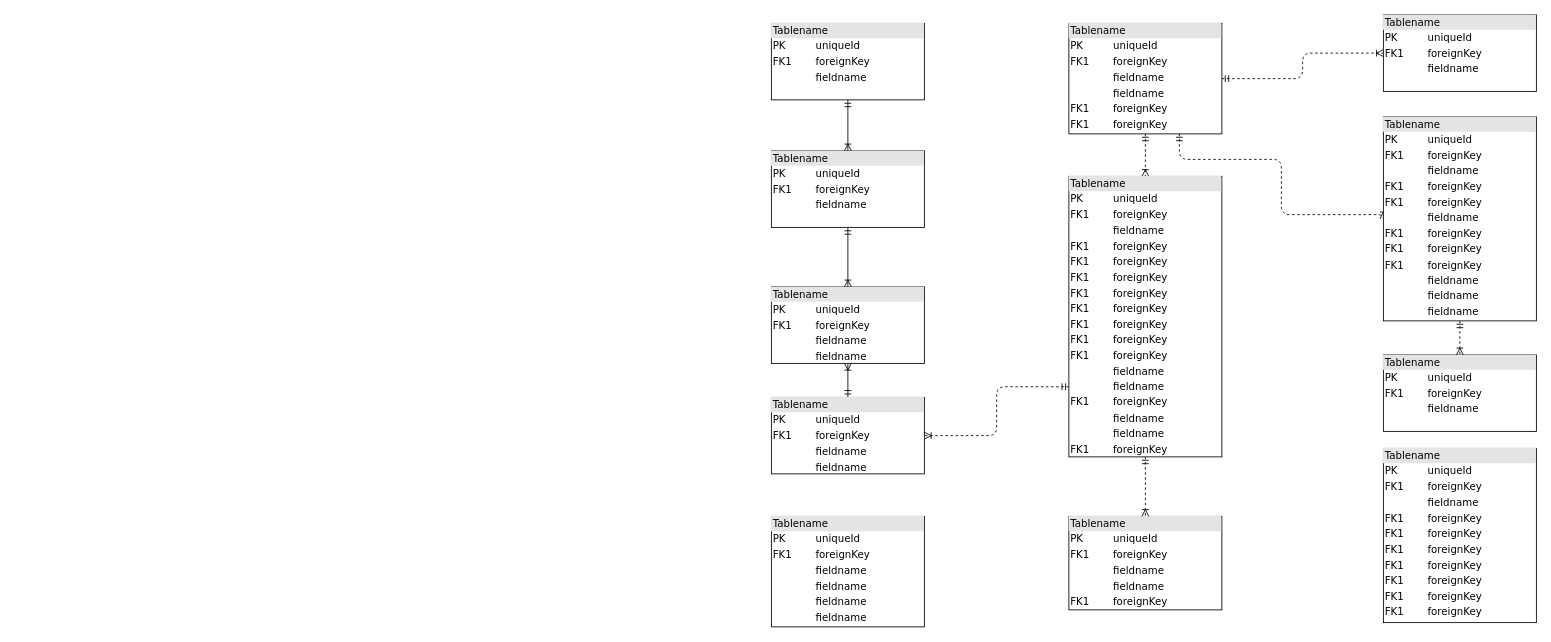
Above: FWRP-db.drawio in panjuncai/Req (draw.io), before the change. Source tidied: cells renumbered, new cells numbered last; positions are measured from the earlier drawing's top-left corner, leaving out a move shared by most shapes. Both pictures are drawn from the tidied source at 85%, with x=0, y=0 at pixel (771, 14).
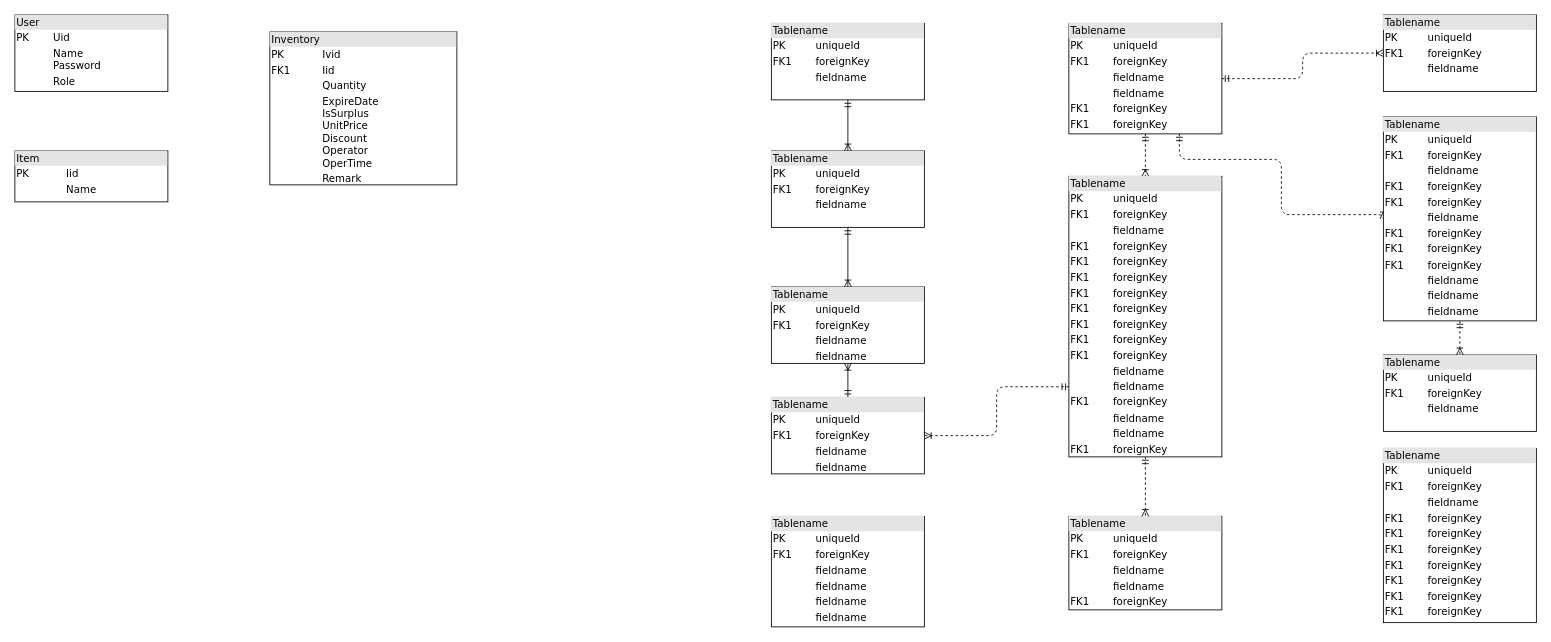
The same diagram, later.

The edit, as a diff of the source:
```diff
@@
+    <mxCell id="23" value="&lt;div style=&quot;box-sizing:border-box;width:100%;background:#e4e4e4;padding:2px;&quot;&gt;User&lt;/div&gt;&lt;table style=&quot;width:100%;font-size:1em;&quot; cellpadding=&quot;2&quot; cellspacing=&quot;0&quot;&gt;&lt;tbody&gt;&lt;tr&gt;&lt;td&gt;PK&lt;/td&gt;&lt;td&gt;Uid&lt;/td&gt;&lt;/tr&gt;&lt;tr&gt;&lt;td&gt;&lt;/td&gt;&lt;td&gt;Name&lt;br&gt;Password&lt;/td&gt;&lt;/tr&gt;&lt;tr&gt;&lt;td&gt;&lt;/td&gt;&lt;td&gt;Role&lt;/td&gt;&lt;/tr&gt;&lt;/tbody&gt;&lt;/table&gt;" style="verticalAlign=top;align=left;overflow=fill;html=1;rounded=0;shadow=0;comic=0;labelBackgroundColor=none;strokeWidth=1;fontFamily=Verdana;fontSize=12;" parent="1" vertex="1">
+      <mxGeometry x="-890" width="180" height="90" as="geometry" />
+    </mxCell>
+    <mxCell id="24" value="&lt;div style=&quot;box-sizing:border-box;width:100%;background:#e4e4e4;padding:2px;&quot;&gt;Item&lt;/div&gt;&lt;table style=&quot;width:100%;font-size:1em;&quot; cellpadding=&quot;2&quot; cellspacing=&quot;0&quot;&gt;&lt;tbody&gt;&lt;tr&gt;&lt;td&gt;PK&lt;/td&gt;&lt;td&gt;Iid&lt;/td&gt;&lt;/tr&gt;&lt;tr&gt;&lt;td&gt;&lt;/td&gt;&lt;td&gt;Name&lt;br&gt;&lt;/td&gt;&lt;/tr&gt;&lt;tr&gt;&lt;td&gt;&lt;/td&gt;&lt;td&gt;&lt;br&gt;&lt;/td&gt;&lt;/tr&gt;&lt;/tbody&gt;&lt;/table&gt;" style="verticalAlign=top;align=left;overflow=fill;html=1;rounded=0;shadow=0;comic=0;labelBackgroundColor=none;strokeWidth=1;fontFamily=Verdana;fontSize=12;" parent="1" vertex="1">
+      <mxGeometry x="-890" y="160" width="180" height="60" as="geometry" />
+    </mxCell>
+    <mxCell id="25" value="&lt;div style=&quot;box-sizing:border-box;width:100%;background:#e4e4e4;padding:2px;&quot;&gt;Inventory&lt;/div&gt;&lt;table style=&quot;width:100%;font-size:1em;&quot; cellpadding=&quot;2&quot; cellspacing=&quot;0&quot;&gt;&lt;tbody&gt;&lt;tr&gt;&lt;td&gt;PK&lt;/td&gt;&lt;td&gt;Ivid&lt;/td&gt;&lt;/tr&gt;&lt;tr&gt;&lt;td&gt;FK1&lt;/td&gt;&lt;td&gt;Iid&lt;/td&gt;&lt;/tr&gt;&lt;tr&gt;&lt;td&gt;&lt;br&gt;&lt;/td&gt;&lt;td&gt;Quantity&lt;br&gt;&lt;/td&gt;&lt;/tr&gt;&lt;tr&gt;&lt;td&gt;&lt;br&gt;&lt;/td&gt;&lt;td&gt;ExpireDate&lt;br&gt;IsSurplus&lt;br&gt;UnitPrice&lt;br&gt;Discount&lt;br&gt;Operator&lt;br&gt;OperTime&lt;/td&gt;&lt;/tr&gt;&lt;tr&gt;&lt;td&gt;&lt;br&gt;&lt;/td&gt;&lt;td&gt;Remark&lt;/td&gt;&lt;/tr&gt;&lt;/tbody&gt;&lt;/table&gt;" style="verticalAlign=top;align=left;overflow=fill;html=1;rounded=0;shadow=0;comic=0;labelBackgroundColor=none;strokeWidth=1;fontFamily=Verdana;fontSize=12;" parent="1" vertex="1">
+      <mxGeometry x="-590" y="20" width="220" height="180" as="geometry" />
+    </mxCell>
```
